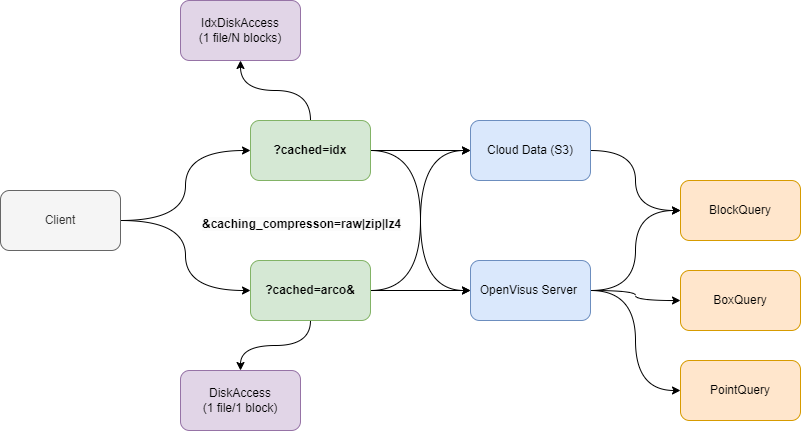
The draw.io diagram docs/compression.png in sci-visus/OpenVisus, before a commit. Source tidied: cells renumbered, new cells last; positions are measured from the earlier drawing's top-left corner, leaving out a move shared by most shapes.
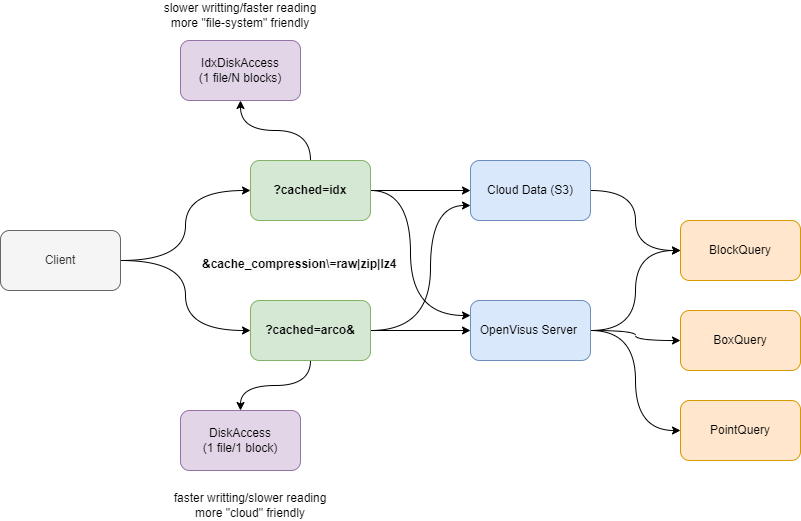
After the commit.

Diff of the diagram source:
```diff
@@ -41,8 +41,13 @@
     <mxCell id="14" style="edgeStyle=orthogonalEdgeStyle;curved=1;jettySize=auto;html=1;entryX=0;entryY=0.5;entryDx=0;entryDy=0;" parent="1" edge="1" source="17" target="3">
       <mxGeometry relative="1" as="geometry" />
     </mxCell>
-    <mxCell id="15" style="edgeStyle=orthogonalEdgeStyle;curved=1;jettySize=auto;html=1;entryX=0;entryY=0.5;entryDx=0;entryDy=0;" parent="1" edge="1" source="17" target="7">
-      <mxGeometry relative="1" as="geometry" />
+    <mxCell id="15" style="edgeStyle=orthogonalEdgeStyle;curved=1;jettySize=auto;html=1;entryX=0;entryY=0.25;entryDx=0;entryDy=0;" parent="1" edge="1" source="17" target="7">
+      <mxGeometry relative="1" as="geometry">
+        <Array as="points">
+          <mxPoint x="410" y="150" />
+          <mxPoint x="410" y="275" />
+        </Array>
+      </mxGeometry>
     </mxCell>
     <mxCell id="16" style="edgeStyle=orthogonalEdgeStyle;curved=1;jettySize=auto;html=1;entryX=0.5;entryY=1;entryDx=0;entryDy=0;" parent="1" edge="1" source="17" target="18">
       <mxGeometry relative="1" as="geometry" />
@@ -59,8 +64,13 @@
     <mxCell id="20" style="edgeStyle=orthogonalEdgeStyle;curved=1;jettySize=auto;html=1;" parent="1" edge="1" source="23" target="19">
       <mxGeometry relative="1" as="geometry" />
     </mxCell>
-    <mxCell id="21" style="edgeStyle=orthogonalEdgeStyle;curved=1;jettySize=auto;html=1;entryX=0;entryY=0.5;entryDx=0;entryDy=0;" parent="1" edge="1" source="23" target="3">
-      <mxGeometry relative="1" as="geometry" />
+    <mxCell id="21" style="edgeStyle=orthogonalEdgeStyle;curved=1;jettySize=auto;html=1;entryX=0;entryY=0.75;entryDx=0;entryDy=0;" parent="1" edge="1" source="23" target="3">
+      <mxGeometry relative="1" as="geometry">
+        <Array as="points">
+          <mxPoint x="430" y="290" />
+          <mxPoint x="430" y="165" />
+        </Array>
+      </mxGeometry>
     </mxCell>
     <mxCell id="22" style="edgeStyle=orthogonalEdgeStyle;curved=1;jettySize=auto;html=1;entryX=0;entryY=0.5;entryDx=0;entryDy=0;" parent="1" edge="1" source="23" target="7">
       <mxGeometry relative="1" as="geometry" />
@@ -68,8 +78,14 @@
     <mxCell id="23" value="?cached=arco&amp;amp;" style="rounded=1;whiteSpace=wrap;html=1;fontStyle=1;fillColor=#d5e8d4;strokeColor=#82b366;" parent="1" vertex="1">
       <mxGeometry x="250" y="260" width="120" height="60" as="geometry" />
     </mxCell>
-    <mxCell id="24" value="&lt;span style=&quot;color: rgb(0, 0, 0); font-family: Helvetica; font-size: 12px; font-style: normal; font-variant-ligatures: normal; font-variant-caps: normal; letter-spacing: normal; orphans: 2; text-align: center; text-indent: 0px; text-transform: none; widows: 2; word-spacing: 0px; -webkit-text-stroke-width: 0px; background-color: rgb(251, 251, 251); text-decoration-thickness: initial; text-decoration-style: initial; text-decoration-color: initial; float: none; display: inline !important;&quot;&gt;&amp;amp;caching_compresson=raw|zip|lz4&lt;/span&gt;" style="text;whiteSpace=wrap;html=1;fontStyle=1;" parent="1" vertex="1">
-      <mxGeometry x="200" y="210" width="220" height="40" as="geometry" />
-    </mxCell>
+    <mxCell id="25" value="&lt;span style=&quot;color: rgb(0, 0, 0); font-family: Helvetica; font-size: 12px; font-style: normal; font-variant-ligatures: normal; font-variant-caps: normal; letter-spacing: normal; orphans: 2; text-align: center; text-indent: 0px; text-transform: none; widows: 2; word-spacing: 0px; -webkit-text-stroke-width: 0px; background-color: rgb(251, 251, 251); text-decoration-thickness: initial; text-decoration-style: initial; text-decoration-color: initial; float: none; display: inline !important;&quot;&gt;&amp;amp;cache_compression\=raw|zip|lz4&lt;/span&gt;" style="text;whiteSpace=wrap;html=1;fontStyle=1;" parent="1" vertex="1">
+      <mxGeometry x="200" y="210" width="220" height="40" as="geometry" />
+    </mxCell>
+    <mxCell id="26" value="slower writting/faster reading&lt;br&gt;more &quot;file-system&quot; friendly" style="text;html=1;strokeColor=none;fillColor=none;align=center;verticalAlign=middle;whiteSpace=wrap;rounded=0;" parent="1" vertex="1">
+      <mxGeometry x="70" y="-40" width="340" height="30" as="geometry" />
+    </mxCell>
+    <mxCell id="27" value="faster writting/slower reading&lt;br&gt;more &quot;cloud&quot; friendly" style="text;html=1;strokeColor=none;fillColor=none;align=center;verticalAlign=middle;whiteSpace=wrap;rounded=0;" parent="1" vertex="1">
+      <mxGeometry x="80" y="450" width="340" height="30" as="geometry" />
+    </mxCell>
   </root>
 </mxGraphModel>
```
